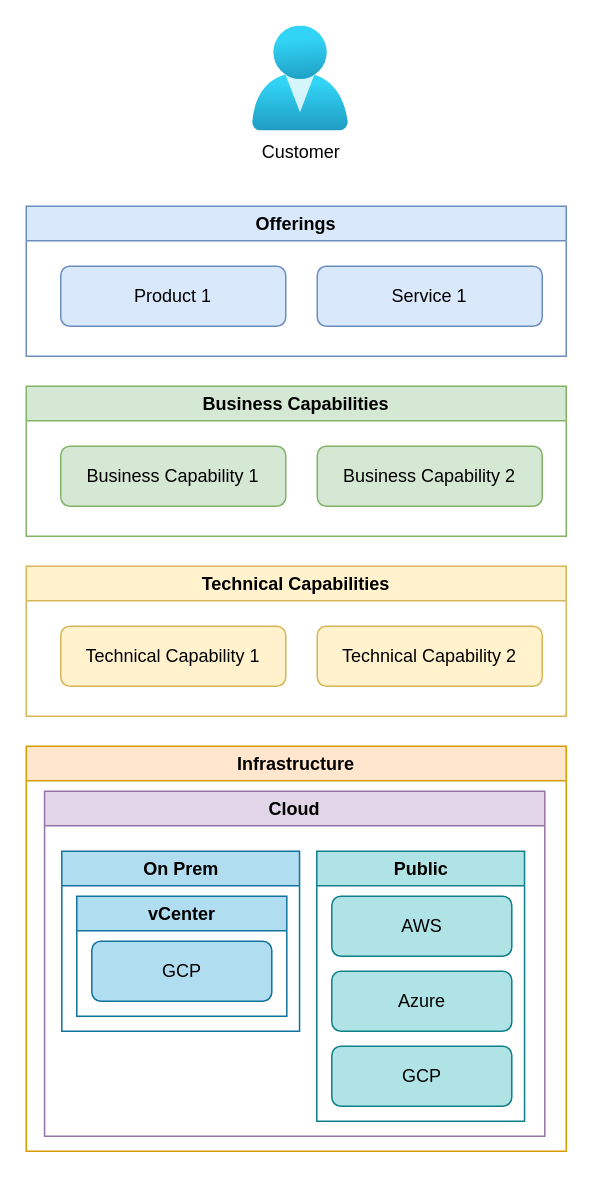
Nasdanika/demo-drawio-semantic-actions keeps this draw.io diagram as model/high-level-architecture.drawio. Above is the earlier version. Source tidied: cells renumbered, new cells numbered last; positions are measured from the earlier drawing's top-left corner, leaving out a move shared by most shapes. Both pictures are drawn from the tidied source at 150%, with x=0, y=0 at pixel (26, 26).
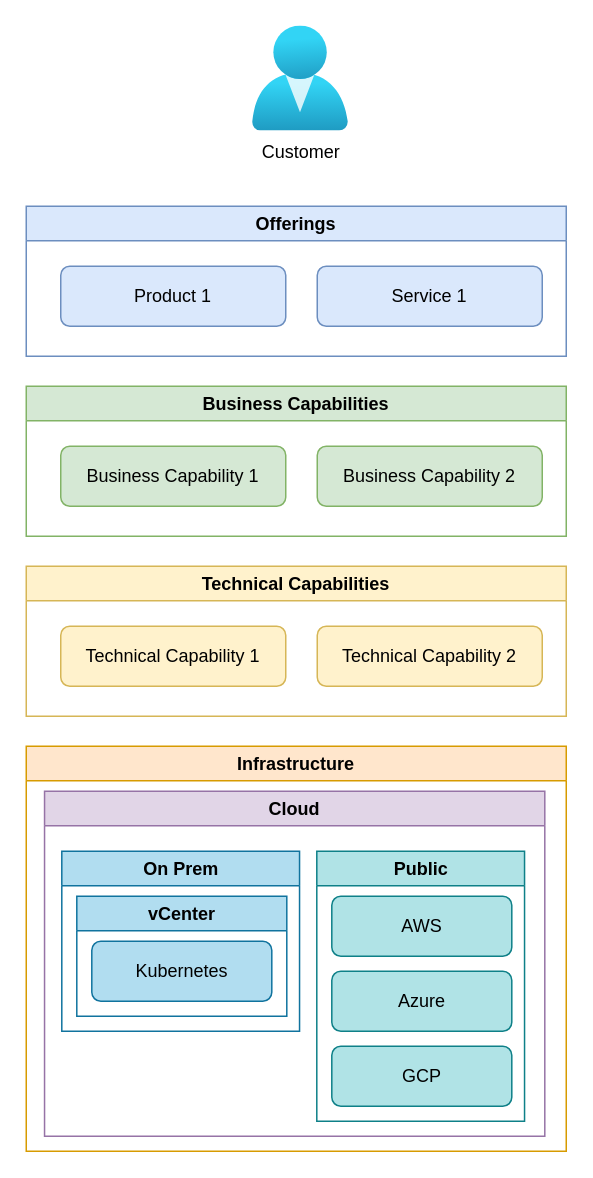
After the change.

Commit message:
Fix in Kubernetes node name.

The change refers to these unchanged cells:
```xml
<mxCell id="15" value="vCenter" style="swimlane;whiteSpace=wrap;html=1;fillColor=#b1ddf0;strokeColor=#10739e;" parent="14" vertex="1">
  <mxGeometry x="10" y="30" width="140" height="80" as="geometry" />
</mxCell>
```

Diff of the diagram source:
```diff
@@
-    <mxCell id="16" value="GCP" style="rounded=1;whiteSpace=wrap;html=1;fillColor=#b1ddf0;strokeColor=#10739e;" parent="15" vertex="1">
+    <mxCell id="16" value="Kubernetes" style="rounded=1;whiteSpace=wrap;html=1;fillColor=#b1ddf0;strokeColor=#10739e;" parent="15" vertex="1">
       <mxGeometry x="10" y="30" width="120" height="40" as="geometry" />
     </mxCell>
```
